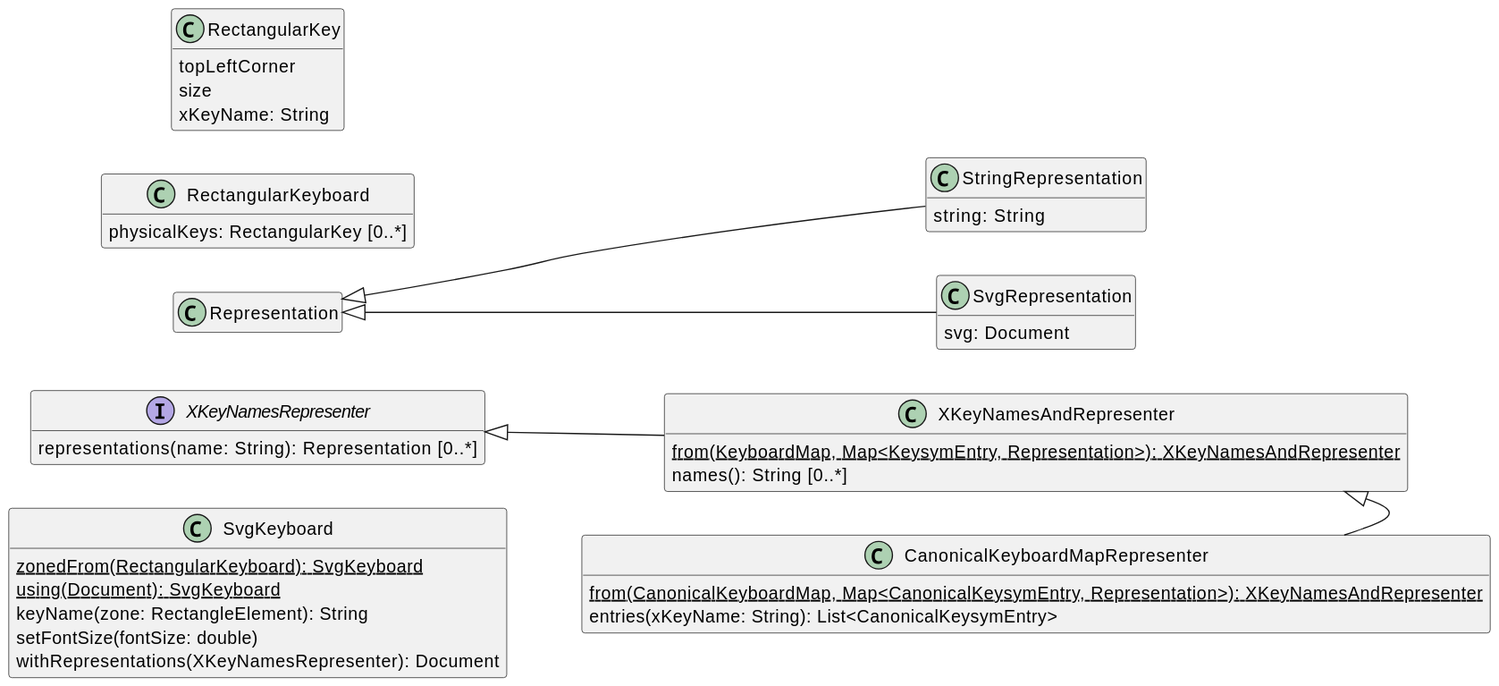
oliviercailloux/Keyboardd keeps this PlantUML diagram as Representable.svg. Above is the earlier version.
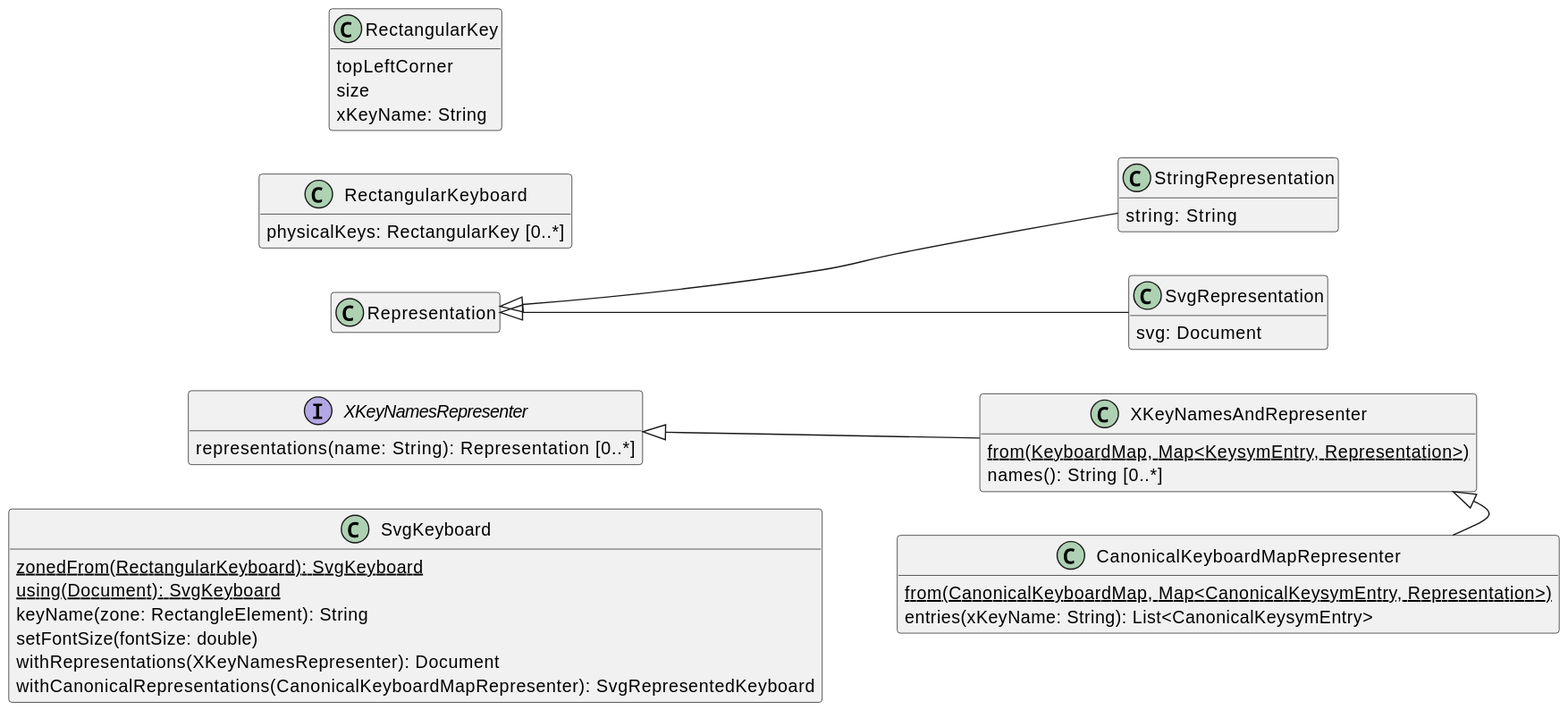
After the change.

What changed in the source:
```diff
@@ -18,13 +18,13 @@
 }
 
 class "XKeyNamesAndRepresenter" {
-  {static} from(KeyboardMap, Map<KeysymEntry, Representation>): XKeyNamesAndRepresenter
+  {static} from(KeyboardMap, Map<KeysymEntry, Representation>)
   names(): String [0..*]
 }
 "XKeyNamesRepresenter" <|-- "XKeyNamesAndRepresenter"
 
 class "CanonicalKeyboardMapRepresenter" {
-  {static} from(CanonicalKeyboardMap, Map<CanonicalKeysymEntry, Representation>): XKeyNamesAndRepresenter
+  {static} from(CanonicalKeyboardMap, Map<CanonicalKeysymEntry, Representation>)
   entries(xKeyName: String): List<CanonicalKeysymEntry>
 }
 "XKeyNamesAndRepresenter" <|-- "CanonicalKeyboardMapRepresenter"
@@ -45,6 +45,7 @@
   keyName(zone: RectangleElement): String
   setFontSize(fontSize: double)
   withRepresentations(XKeyNamesRepresenter): Document
+  withCanonicalRepresentations(CanonicalKeyboardMapRepresenter): SvgRepresentedKeyboard
 }
 
 "RectangularKeyboard" -[hidden]> "Representation"
```
